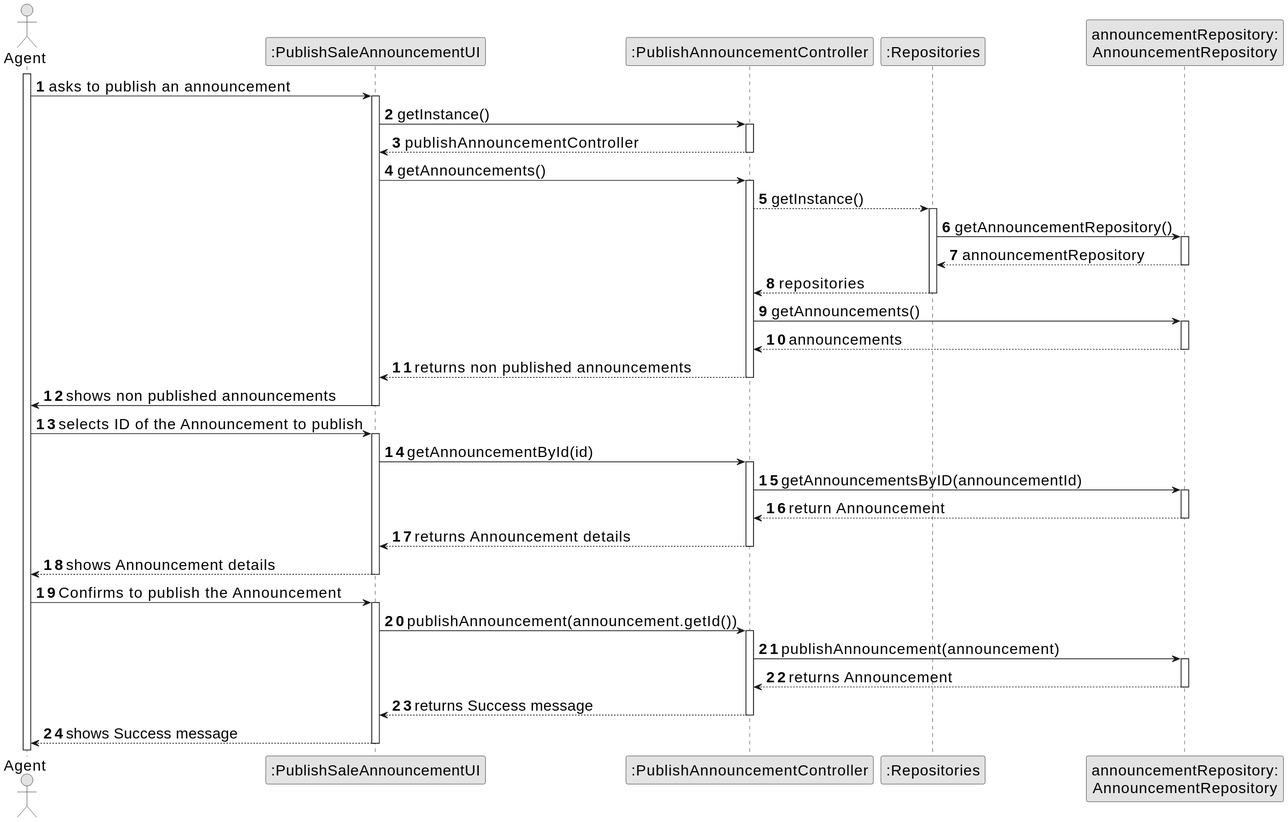
Before: docs/sprintD/us002/03.design/svg/us002-sequence-diagram-full.svg, a diagram exported from PlantUML (Goncalves2525/real-estate-management-system).
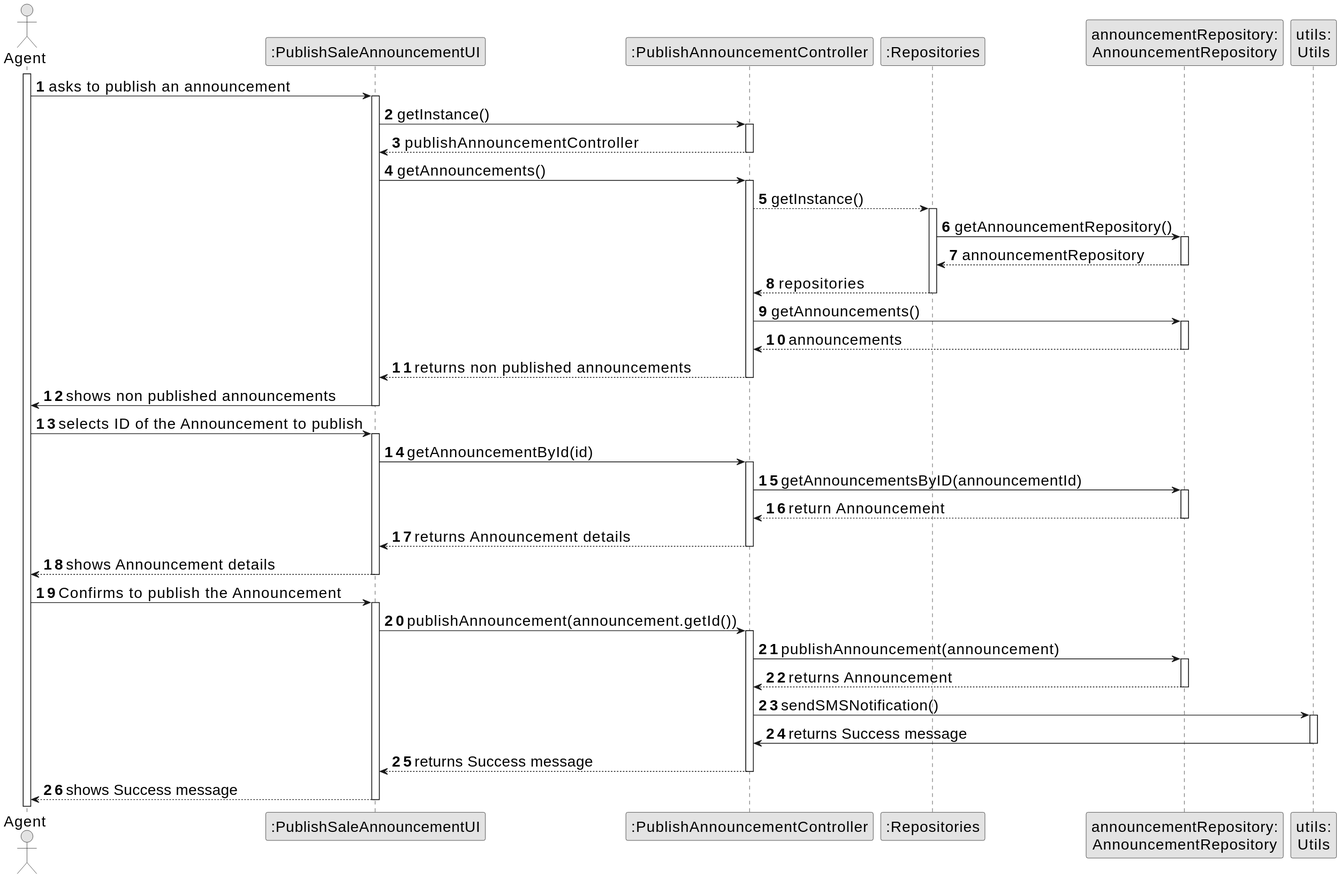
Later version of the same file.

The edit, as a diff of the source:
```diff
@@ -11,6 +11,7 @@
 participant ":PublishAnnouncementController" as CTRL
 participant ":Repositories" as REPO
 participant "announcementRepository:\nAnnouncementRepository" as ANNREPO
+participant "utils:\nUtils" as UTILS
 
 activate AGENT
 
@@ -81,6 +82,12 @@
     ANNREPO --> CTRL : returns Announcement
     deactivate ANNREPO
 
+    CTRL -> UTILS : sendSMSNotification()
+    activate UTILS
+
+    UTILS -> CTRL : returns Success message
+    deactivate UTILS
+
     CTRL --> UI : returns Success message
     deactivate CTRL
 
```
